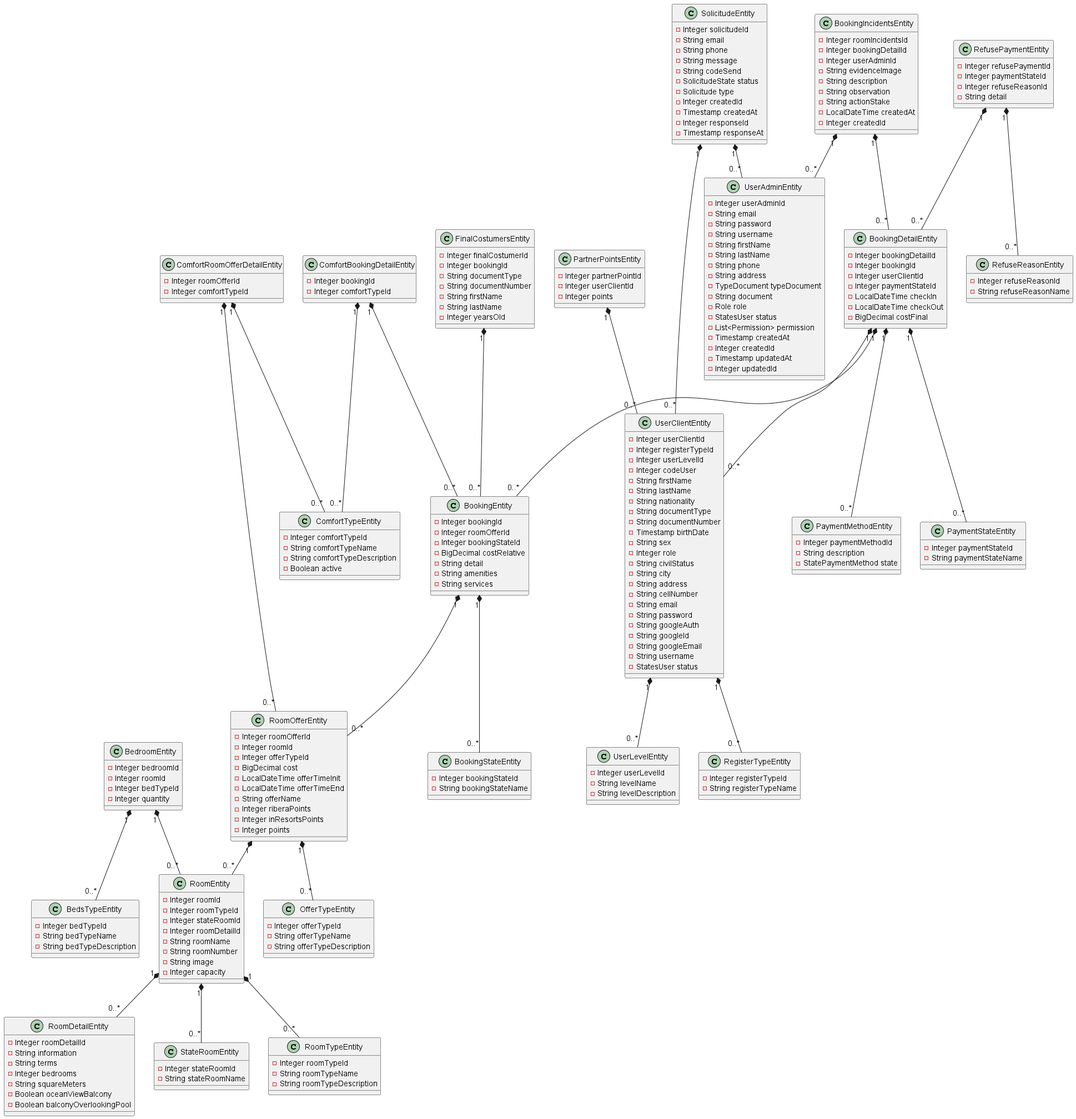
Above: clases.png in eabardalesbruno/ProyectoRepo (PlantUML), before the change.
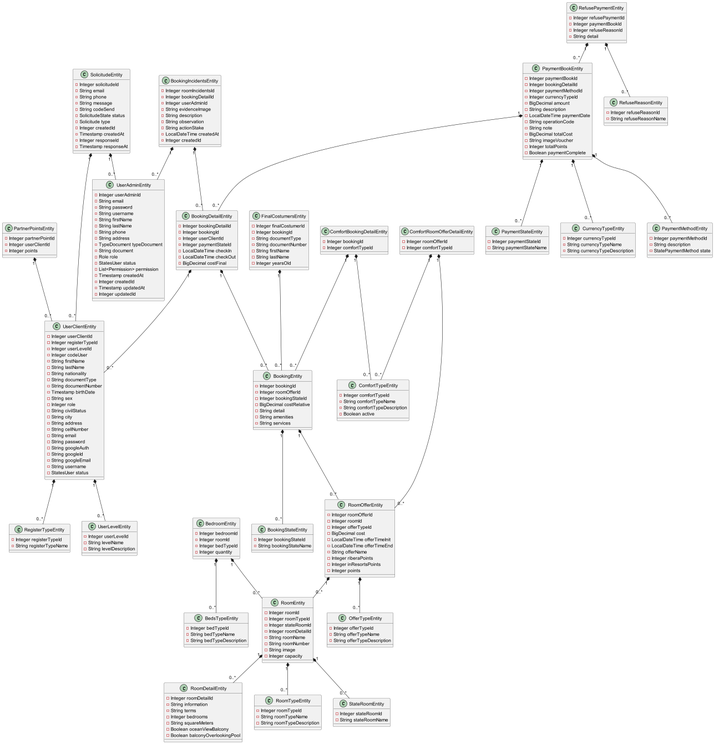
Above is the later version.

What changed in the source:
```diff
@@ -1,4 +1,66 @@
 @startuml
+
+class UserLevelEntity {
+    -Integer userLevelId
+    -String levelName
+    -String levelDescription
+}
+
+class RoomDetailEntity {
+    -Integer roomDetailId
+    -String information
+    -String terms
+    -Integer bedrooms
+    -String squareMeters
+    -Boolean oceanViewBalcony
+    -Boolean balconyOverlookingPool
+}
+
+class RoomTypeEntity {
+    -Integer roomTypeId
+    -String roomTypeName
+    -String roomTypeDescription
+}
+
+class StateRoomEntity {
+    -Integer stateRoomId
+    -String stateRoomName
+}
+
+class RoomEntity {
+    -Integer roomId
+    -Integer roomTypeId
+    -Integer stateRoomId
+    -Integer roomDetailId
+    -String roomName
+    -String roomNumber
+    -String image
+    -Integer capacity
+}
+
+class OfferTypeEntity {
+    -Integer offerTypeId
+    -String offerTypeName
+    -String offerTypeDescription
+}
+
+class RoomOfferEntity {
+    -Integer roomOfferId
+    -Integer roomId
+    -Integer offerTypeId
+    -BigDecimal cost
+    -LocalDateTime offerTimeInit
+    -LocalDateTime offerTimeEnd
+    -String offerName
+    -Integer riberaPoints
+    -Integer inResortsPoints
+    -Integer points
+}
+
+class BookingStateEntity {
+    -Integer bookingStateId
+    -String bookingStateName
+}
 
 class BookingEntity {
     -Integer bookingId
@@ -10,21 +72,16 @@
     -String services
 }
 
+class ComfortTypeEntity {
+    -Integer comfortTypeId
+    -String comfortTypeName
+    -String comfortTypeDescription
+    -Boolean active
+}
+
 class ComfortBookingDetailEntity {
     -Integer bookingId
     -Integer comfortTypeId
-}
-
-class BookingIncidentsEntity {
-    -Integer roomIncidentsId
-    -Integer bookingDetailId
-    -Integer userAdminId
-    -String evidenceImage
-    -String description
-    -String observation
-    -String actionStake
-    -LocalDateTime createdAt
-    -Integer createdId
 }
 
 class FinalCostumersEntity {
@@ -35,17 +92,6 @@
     -String firstName
     -String lastName
     -Integer yearsOld
-}
-
-class BookingStateEntity {
-    -Integer bookingStateId
-    -String bookingStateName
-}
-
-class PartnerPointsEntity {
-    -Integer partnerPointId
-    -Integer userClientId
-    -Integer points
 }
 
 class PaymentMethodEntity {
@@ -62,46 +108,6 @@
 class RegisterTypeEntity {
     -Integer registerTypeId
     -String registerTypeName
-}
-
-class RoomDetailEntity {
-    -Integer roomDetailId
-    -String information
-    -String terms
-    -Integer bedrooms
-    -String squareMeters
-    -Boolean oceanViewBalcony
-    -Boolean balconyOverlookingPool
-}
-
-class RoomEntity {
-    -Integer roomId
-    -Integer roomTypeId
-    -Integer stateRoomId
-    -Integer roomDetailId
-    -String roomName
-    -String roomNumber
-    -String image
-    -Integer capacity
-}
-
-class StateRoomEntity {
-    -Integer stateRoomId
-    -String stateRoomName
-}
-
-class SolicitudeEntity {
-    -Integer solicitudeId
-    -String email
-    -String phone
-    -String message
-    -String codeSend
-    -SolicitudeState status
-    -Solicitude type
-    -Integer createdId
-    -Timestamp createdAt
-    -Integer responseId
-    -Timestamp responseAt
 }
 
 class UserAdminEntity {
@@ -150,10 +156,10 @@
     -StatesUser status
 }
 
-class UserLevelEntity {
-    -Integer userLevelId
-    -String levelName
-    -String levelDescription
+class PartnerPointsEntity {
+    -Integer partnerPointId
+    -Integer userClientId
+    -Integer points
 }
 
 class BookingDetailEntity {
@@ -166,11 +172,16 @@
     -BigDecimal costFinal
 }
 
-class RefusePaymentEntity {
-    -Integer refusePaymentId
-    -Integer paymentStateId
-    -Integer refuseReasonId
-    -String detail
+class BookingIncidentsEntity {
+    -Integer roomIncidentsId
+    -Integer bookingDetailId
+    -Integer userAdminId
+    -String evidenceImage
+    -String description
+    -String observation
+    -String actionStake
+    -LocalDateTime createdAt
+    -Integer createdId
 }
 
 class RefuseReasonEntity {
@@ -178,17 +189,33 @@
     -String refuseReasonName
 }
 
-class RoomOfferEntity {
-    -Integer roomOfferId
-    -Integer roomId
-    -Integer offerTypeId
-    -BigDecimal cost
-    -LocalDateTime offerTimeInit
-    -LocalDateTime offerTimeEnd
-    -String offerName
-    -Integer riberaPoints
-    -Integer inResortsPoints
-    -Integer points
+class CurrencyTypeEntity {
+    -Integer currencyTypeId
+    -String currencyTypeName
+    -String currencyTypeDescription
+}
+
+class PaymentBookEntity {
+    -Integer paymentBookId
+    -Integer bookingDetailId
+    -Integer paymentMethodId
+    -Integer currencyTypeId
+    -BigDecimal amount
+    -String description
+    -LocalDateTime paymentDate
+    -String operationCode
+    -String note
+    -BigDecimal totalCost
+    -String imageVoucher
+    -Integer totalPoints
+    -Boolean paymentComplete
+}
+
+class RefusePaymentEntity {
+    -Integer refusePaymentId
+    -Integer paymentBookId
+    -Integer refuseReasonId
+    -String detail
 }
 
 class ComfortRoomOfferDetailEntity {
@@ -196,23 +223,10 @@
     -Integer comfortTypeId
 }
 
-class ComfortTypeEntity {
-    -Integer comfortTypeId
-    -String comfortTypeName
-    -String comfortTypeDescription
-    -Boolean active
-}
-
-class OfferTypeEntity {
-    -Integer offerTypeId
-    -String offerTypeName
-    -String offerTypeDescription
-}
-
-class RoomTypeEntity {
-    -Integer roomTypeId
-    -String roomTypeName
-    -String roomTypeDescription
+class BedsTypeEntity {
+    -Integer bedTypeId
+    -String bedTypeName
+    -String bedTypeDescription
 }
 
 class BedroomEntity {
@@ -222,10 +236,18 @@
     -Integer quantity
 }
 
-class BedsTypeEntity {
-    -Integer bedTypeId
-    -String bedTypeName
-    -String bedTypeDescription
+class SolicitudeEntity {
+    -Integer solicitudeId
+    -String email
+    -String phone
+    -String message
+    -String codeSend
+    -SolicitudeState status
+    -Solicitude type
+    -Integer createdId
+    -Timestamp createdAt
+    -Integer responseId
+    -Timestamp responseAt
 }
 
 PartnerPointsEntity "1" *-- "0..*" UserClientEntity
@@ -242,13 +264,17 @@
 
 RoomOfferEntity "1" *-- "0..*" RoomEntity
 RoomOfferEntity "1" *-- "0..*" OfferTypeEntity
+
 ComfortRoomOfferDetailEntity  "1" *-- "0..*" RoomOfferEntity
 ComfortRoomOfferDetailEntity  "1" *-- "0..*" ComfortTypeEntity
 
-BookingDetailEntity "1" *-- "0..*" PaymentMethodEntity
 BookingDetailEntity "1" *-- "0..*" UserClientEntity
 BookingDetailEntity "1" *-- "0..*" BookingEntity
-BookingDetailEntity "1" *-- "0..*" PaymentStateEntity
+
+PaymentBookEntity "1" *-- "0..*" PaymentMethodEntity
+PaymentBookEntity "1" *-- "0..*" PaymentStateEntity
+PaymentBookEntity "1" *-- "0..*" BookingDetailEntity
+PaymentBookEntity "1" *-- "0..*" CurrencyTypeEntity
 
 BedroomEntity "1" *-- "0..*" RoomEntity
 BedroomEntity "1" *-- "0..*" BedsTypeEntity
@@ -257,7 +283,7 @@
 RoomEntity "1" *-- "0..*" StateRoomEntity
 RoomEntity "1" *-- "0..*" RoomDetailEntity
 
-RefusePaymentEntity "1" *-- "0..*" BookingDetailEntity
+RefusePaymentEntity "1" *-- "0..*" PaymentBookEntity
 RefusePaymentEntity "1" *-- "0..*" RefuseReasonEntity
 
 FinalCostumersEntity "1" *-- "0..*" BookingEntity
```
